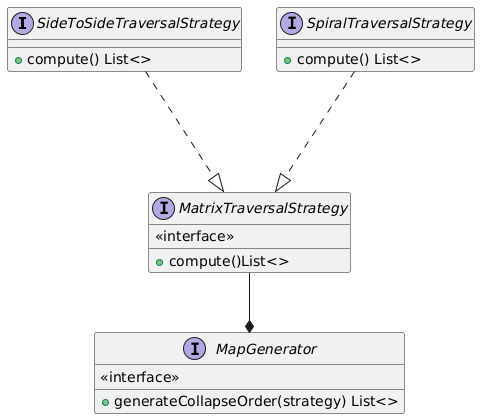
The PlantUML diagram report-src/img/matrix-trav-strat.png in DanieleMerighi/OOP23-bombardero, before a commit.
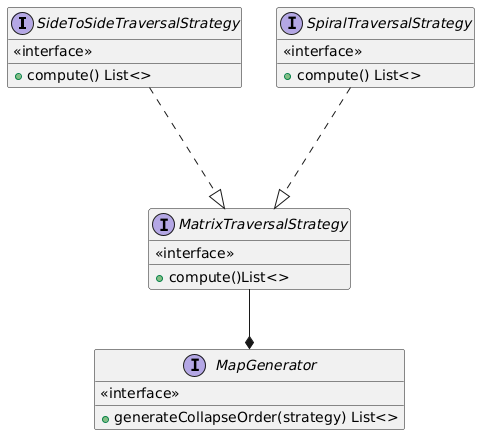
After the commit.

What changed in the source:
```diff
@@ -1,9 +1,11 @@
 @startuml
 interface SideToSideTraversalStrategy {
+<<interface>>
         +compute() List<>
     }
 
     interface SpiralTraversalStrategy {
+<<interface>>
         +compute() List<>
     }
 
```
